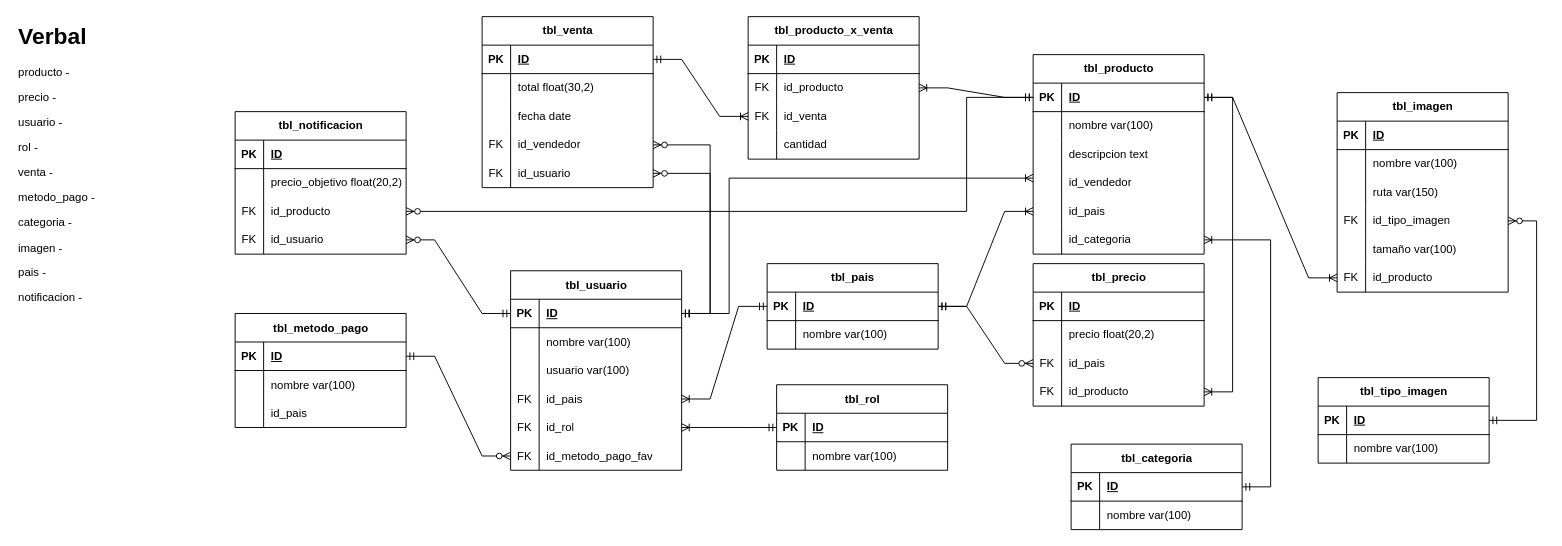
Earlier version of the draw.io diagram e-shop cuentas & videojuegos.drawio (jorge-ruizf/jshop). Source tidied: cells renumbered, new cells numbered last; positions are measured from the earlier drawing's top-left corner, leaving out a move shared by most shapes. Both pictures are drawn from the tidied source at 95%, with x=0, y=0 at pixel (16, 16).
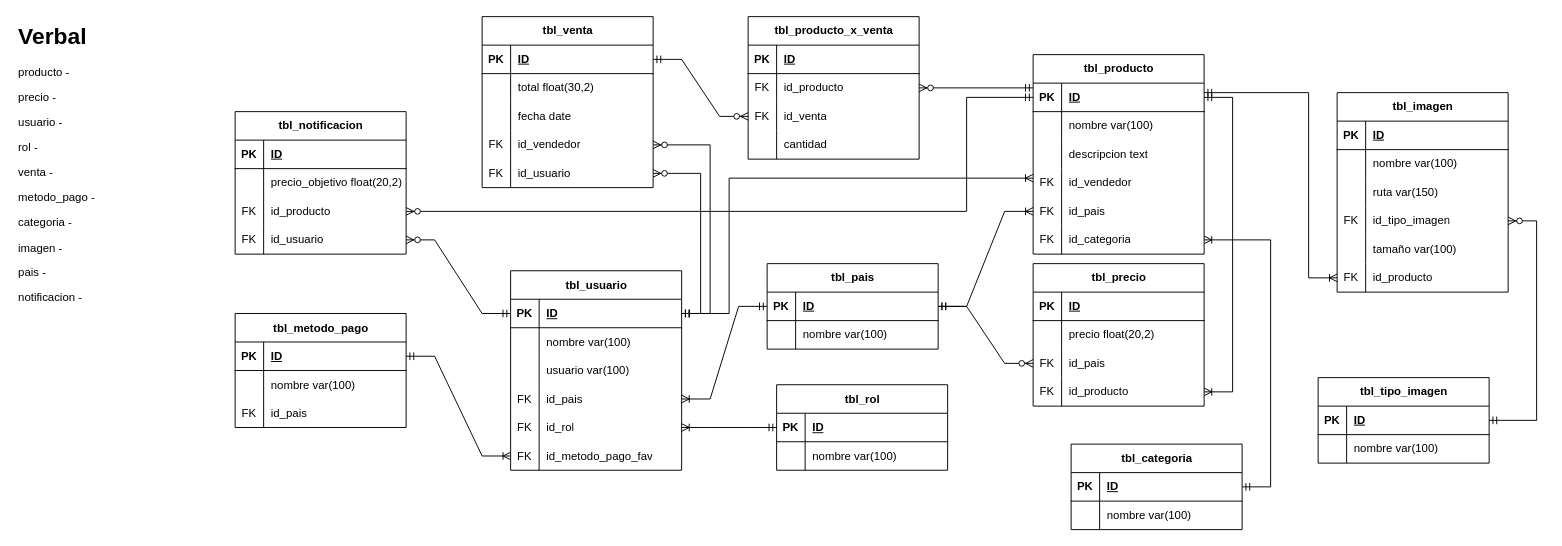
After the change.

The change refers to these unchanged cells:
```xml
<mxCell id="3" style="shape=tableRow;horizontal=0;startSize=0;swimlaneHead=0;swimlaneBody=0;fillColor=none;points=[[0,0.5],[1,0.5]];portConstraint=eastwest;top=0;left=0;right=0;bottom=1;" parent="2" vertex="1">
  <mxGeometry y="30" width="180" height="30" as="geometry" />
</mxCell>
<mxCell id="12" style="shape=tableRow;horizontal=0;startSize=0;swimlaneHead=0;swimlaneBody=0;fillColor=none;points=[[0,0.5],[1,0.5]];portConstraint=eastwest;top=0;left=0;right=0;bottom=0;" parent="2" vertex="1">
  <mxGeometry y="120" width="180" height="30" as="geometry" />
</mxCell>
<mxCell id="15" style="shape=tableRow;horizontal=0;startSize=0;swimlaneHead=0;swimlaneBody=0;fillColor=none;points=[[0,0.5],[1,0.5]];portConstraint=eastwest;top=0;left=0;right=0;bottom=0;" parent="2" vertex="1">
  <mxGeometry y="150" width="180" height="30" as="geometry" />
</mxCell>
<mxCell id="18" style="shape=tableRow;horizontal=0;startSize=0;swimlaneHead=0;swimlaneBody=0;fillColor=none;points=[[0,0.5],[1,0.5]];portConstraint=eastwest;top=0;left=0;right=0;bottom=0;" parent="2" vertex="1">
  <mxGeometry y="180" width="180" height="30" as="geometry" />
</mxCell>
<mxCell id="30" style="shape=tableRow;horizontal=0;startSize=0;swimlaneHead=0;swimlaneBody=0;fillColor=none;points=[[0,0.5],[1,0.5]];portConstraint=eastwest;top=0;left=0;right=0;bottom=1;" parent="29" vertex="1">
  <mxGeometry y="30" width="180" height="30" as="geometry" />
</mxCell>
<mxCell id="36" style="shape=tableRow;horizontal=0;startSize=0;swimlaneHead=0;swimlaneBody=0;fillColor=none;top=0;left=0;right=0;bottom=0;" parent="29" vertex="1">
  <mxGeometry y="90" width="180" height="30" as="geometry" />
</mxCell>
<mxCell id="62" style="shape=tableRow;horizontal=0;startSize=0;swimlaneHead=0;swimlaneBody=0;fillColor=none;points=[[0,0.5],[1,0.5]];portConstraint=eastwest;top=0;left=0;right=0;bottom=0;" parent="46" vertex="1">
  <mxGeometry y="180" width="180" height="30" as="geometry" />
</mxCell>
<mxCell id="66" style="shape=tableRow;horizontal=0;startSize=0;swimlaneHead=0;swimlaneBody=0;fillColor=none;points=[[0,0.5],[1,0.5]];portConstraint=eastwest;top=0;left=0;right=0;bottom=1;" parent="65" vertex="1">
  <mxGeometry y="30" width="180" height="30" as="geometry" />
</mxCell>
<mxCell id="78" style="shape=tableRow;horizontal=0;startSize=0;swimlaneHead=0;swimlaneBody=0;fillColor=none;points=[[0,0.5],[1,0.5]];portConstraint=eastwest;top=0;left=0;right=0;bottom=0;" parent="65" vertex="1">
  <mxGeometry y="150" width="180" height="30" as="geometry" />
</mxCell>
<mxCell id="85" style="shape=tableRow;horizontal=0;startSize=0;swimlaneHead=0;swimlaneBody=0;fillColor=none;points=[[0,0.5],[1,0.5]];portConstraint=eastwest;top=0;left=0;right=0;bottom=0;" parent="81" vertex="1">
  <mxGeometry y="60" width="180" height="30" as="geometry" />
</mxCell>
<mxCell id="88" style="shape=tableRow;horizontal=0;startSize=0;swimlaneHead=0;swimlaneBody=0;fillColor=none;points=[[0,0.5],[1,0.5]];portConstraint=eastwest;top=0;left=0;right=0;bottom=0;" parent="81" vertex="1">
  <mxGeometry y="90" width="180" height="30" as="geometry" />
</mxCell>
<mxCell id="95" style="shape=tableRow;horizontal=0;startSize=0;swimlaneHead=0;swimlaneBody=0;fillColor=none;points=[[0,0.5],[1,0.5]];portConstraint=eastwest;top=0;left=0;right=0;bottom=1;" parent="94" vertex="1">
  <mxGeometry y="30" width="180" height="30" as="geometry" />
</mxCell>
<mxCell id="110" style="shape=tableRow;horizontal=0;startSize=0;swimlaneHead=0;swimlaneBody=0;fillColor=none;points=[[0,0.5],[1,0.5]];portConstraint=eastwest;top=0;left=0;right=0;bottom=0;" parent="94" vertex="1">
  <mxGeometry y="180" width="180" height="30" as="geometry" />
</mxCell>
```

Change to the diagram source:
```diff
@@
-    <mxCell id="13" style="shape=partialRectangle;fillColor=none;top=0;left=0;bottom=0;right=0;overflow=hidden;whiteSpace=wrap;html=1;" parent="12" vertex="1">
+    <mxCell id="13" value="FK" style="shape=partialRectangle;fillColor=none;top=0;left=0;bottom=0;right=0;overflow=hidden;whiteSpace=wrap;html=1;" parent="12" vertex="1">
       <mxGeometry width="30" height="30" as="geometry" />
     </mxCell>
@@
-    <mxCell id="16" style="shape=partialRectangle;fillColor=none;top=0;left=0;bottom=0;right=0;overflow=hidden;whiteSpace=wrap;html=1;" parent="15" vertex="1">
+    <mxCell id="16" value="FK" style="shape=partialRectangle;fillColor=none;top=0;left=0;bottom=0;right=0;overflow=hidden;whiteSpace=wrap;html=1;" parent="15" vertex="1">
       <mxGeometry width="30" height="30" as="geometry" />
     </mxCell>
@@
-    <mxCell id="19" style="shape=partialRectangle;fillColor=none;top=0;left=0;bottom=0;right=0;overflow=hidden;whiteSpace=wrap;html=1;" parent="18" vertex="1">
+    <mxCell id="19" value="FK" style="shape=partialRectangle;fillColor=none;top=0;left=0;bottom=0;right=0;overflow=hidden;whiteSpace=wrap;html=1;" parent="18" vertex="1">
       <mxGeometry width="30" height="30" as="geometry" />
     </mxCell>
@@
-    <mxCell id="37" style="shape=partialRectangle;fillColor=none;top=0;left=0;bottom=0;right=0;overflow=hidden;whiteSpace=wrap;html=1;" parent="36" vertex="1">
+    <mxCell id="37" value="FK" style="shape=partialRectangle;fillColor=none;top=0;left=0;bottom=0;right=0;overflow=hidden;whiteSpace=wrap;html=1;" parent="36" vertex="1">
       <mxGeometry width="30" height="30" as="geometry" />
     </mxCell>
@@
-    <mxCell id="153" style="edgeStyle=entityRelationEdgeStyle;fontSize=12;html=1;endArrow=ERoneToMany;startArrow=ERmandOne;rounded=0;" parent="1" edge="1" source="66" target="88">
-      <mxGeometry relative="1" as="geometry" />
-    </mxCell>
-    <mxCell id="154" style="edgeStyle=entityRelationEdgeStyle;fontSize=12;html=1;endArrow=ERoneToMany;startArrow=ERmandOne;rounded=0;" parent="1" edge="1" source="3" target="85">
-      <mxGeometry relative="1" as="geometry" />
-    </mxCell>
@@
-    <mxCell id="156" style="edgeStyle=entityRelationEdgeStyle;fontSize=12;html=1;endArrow=ERoneToMany;startArrow=ERmandOne;rounded=0;" parent="1" edge="1" source="3" target="62">
-      <mxGeometry relative="1" as="geometry" />
+    <mxCell id="156" style="edgeStyle=orthogonalEdgeStyle;fontSize=12;html=1;endArrow=ERoneToMany;startArrow=ERmandOne;rounded=0;" parent="1" edge="1" source="3" target="62">
+      <mxGeometry relative="1" as="geometry">
+        <Array as="points">
+          <mxPoint x="1360" y="80" />
+          <mxPoint x="1360" y="275" />
+        </Array>
+      </mxGeometry>
     </mxCell>
@@
-    <mxCell id="162" style="edgeStyle=entityRelationEdgeStyle;fontSize=12;html=1;endArrow=ERzeroToMany;startArrow=ERmandOne;rounded=0;" parent="1" edge="1" source="30" target="110">
-      <mxGeometry relative="1" as="geometry" />
-    </mxCell>
@@
-    <mxCell id="166" style="edgeStyle=entityRelationEdgeStyle;fontSize=12;html=1;endArrow=ERzeroToMany;startArrow=ERmandOne;rounded=0;" parent="1" edge="1" source="95" target="78">
-      <mxGeometry relative="1" as="geometry" />
+    <mxCell id="166" style="edgeStyle=orthogonalEdgeStyle;fontSize=12;html=1;endArrow=ERzeroToMany;startArrow=ERmandOne;rounded=0;" parent="1" edge="1" source="95" target="78">
+      <mxGeometry relative="1" as="geometry">
+        <Array as="points">
+          <mxPoint x="720" y="312" />
+          <mxPoint x="720" y="165" />
+        </Array>
+      </mxGeometry>
     </mxCell>
@@
+    <mxCell id="162" style="edgeStyle=entityRelationEdgeStyle;fontSize=12;html=1;endArrow=ERoneToMany;startArrow=ERmandOne;rounded=0;" parent="1" edge="1" source="30" target="110">
+      <mxGeometry relative="1" as="geometry" />
+    </mxCell>
+    <mxCell id="153" style="edgeStyle=entityRelationEdgeStyle;fontSize=12;html=1;endArrow=ERzeroToMany;startArrow=ERmandOne;rounded=0;" parent="1" edge="1" source="66" target="88">
+      <mxGeometry relative="1" as="geometry" />
+    </mxCell>
+    <mxCell id="154" style="edgeStyle=orthogonalEdgeStyle;fontSize=12;html=1;endArrow=ERzeroToMany;startArrow=ERmandOne;rounded=0;" parent="1" edge="1" source="3" target="85">
+      <mxGeometry relative="1" as="geometry">
+        <Array as="points">
+          <mxPoint x="1050" y="75" />
+          <mxPoint x="1050" y="75" />
+        </Array>
+      </mxGeometry>
+    </mxCell>
```
